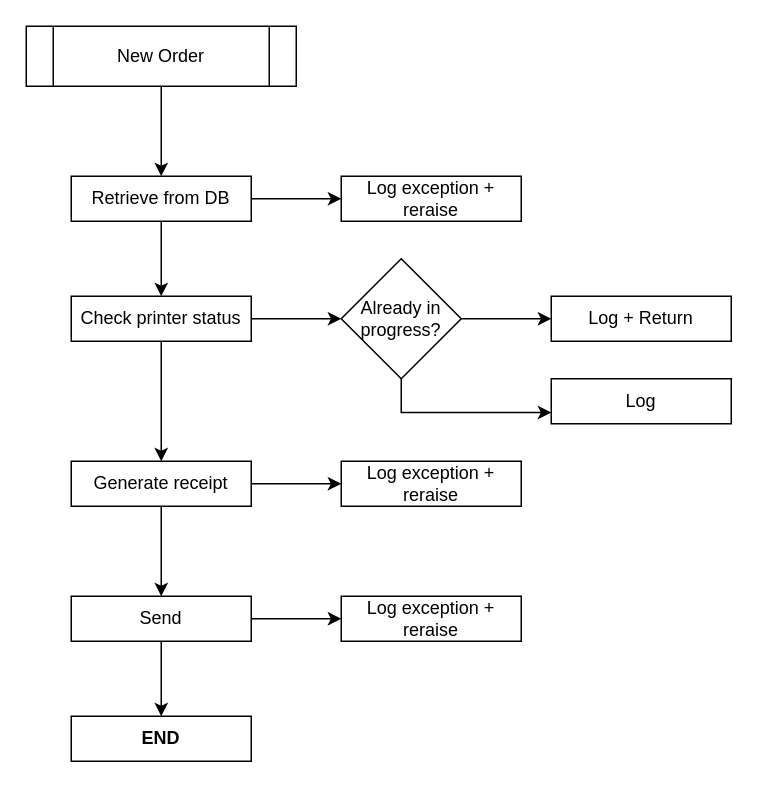
Earlier version of the draw.io diagram posts/2021/2021-05-16-python-handling-exceptions/diagrams.drawio (guilatrova/latrovacommits-articles). Source tidied: cells renumbered, new cells numbered last; positions are measured from the earlier drawing's top-left corner, leaving out a move shared by most shapes. Both pictures are drawn from the tidied source at 150%, with x=0, y=0 at pixel (26, 26).
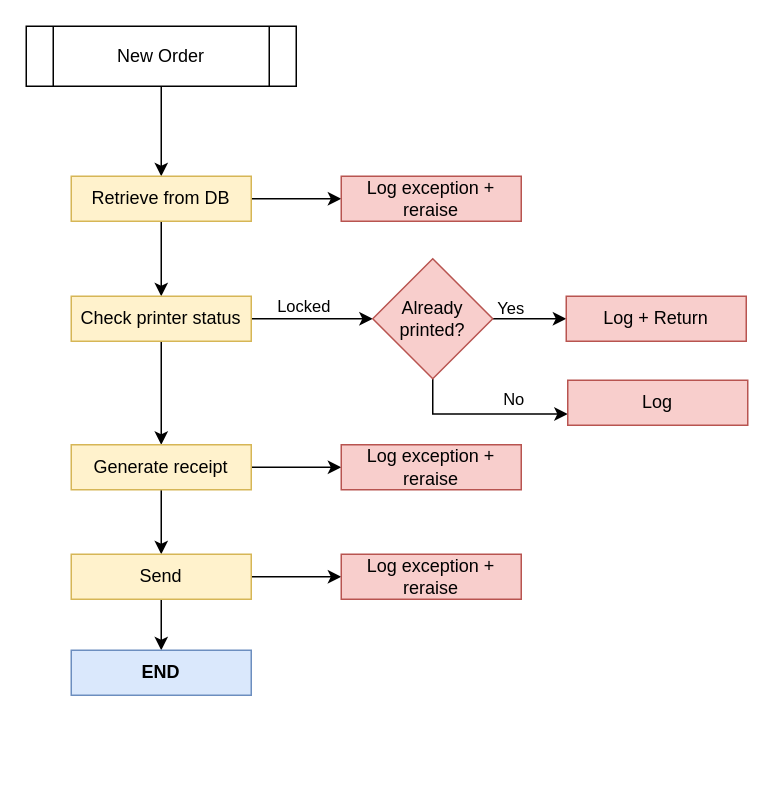
The same diagram, later.

The change refers to these unchanged cells:
```xml
<mxCell id="7" style="edgeStyle=orthogonalEdgeStyle;rounded=0;jettySize=auto;html=1;" parent="1" edge="1" source="9" target="13">
  <mxGeometry relative="1" as="geometry" />
</mxCell>
<mxCell id="11" style="edgeStyle=orthogonalEdgeStyle;rounded=0;jettySize=auto;html=1;" parent="1" edge="1" source="13" target="14">
  <mxGeometry relative="1" as="geometry" />
</mxCell>
```

What changed in the source:
```diff
@@
-    <mxCell id="6" value="Retrieve from DB" style="rounded=0;whiteSpace=wrap;html=1;" parent="1" vertex="1">
+    <mxCell id="6" value="Retrieve from DB" style="rounded=0;whiteSpace=wrap;html=1;fillColor=#fff2cc;strokeColor=#d6b656;" parent="1" vertex="1">
       <mxGeometry x="30" y="100" width="120" height="30" as="geometry" />
     </mxCell>
@@
+    <mxCell id="25" value="Locked" style="edgeLabel;html=1;align=center;verticalAlign=middle;" parent="7" vertex="1">
+      <mxGeometry x="-0.41" y="-1" relative="1" as="geometry">
+        <mxPoint x="10" y="-10" as="offset" />
+      </mxGeometry>
+    </mxCell>
@@
-    <mxCell id="9" value="Check printer status" style="rounded=0;whiteSpace=wrap;html=1;" parent="1" vertex="1">
+    <mxCell id="9" value="Check printer status" style="rounded=0;whiteSpace=wrap;html=1;fillColor=#fff2cc;strokeColor=#d6b656;" parent="1" vertex="1">
       <mxGeometry x="30" y="180" width="120" height="30" as="geometry" />
     </mxCell>
-    <mxCell id="10" value="Log exception + reraise" style="rounded=0;whiteSpace=wrap;html=1;" parent="1" vertex="1">
+    <mxCell id="10" value="Log exception + reraise" style="rounded=0;whiteSpace=wrap;html=1;fillColor=#f8cecc;strokeColor=#b85450;" parent="1" vertex="1">
       <mxGeometry x="210" y="100" width="120" height="30" as="geometry" />
     </mxCell>
@@
+    <mxCell id="26" value="Yes" style="edgeLabel;html=1;align=center;verticalAlign=middle;" parent="11" vertex="1">
+      <mxGeometry x="-0.41" y="-1" relative="1" as="geometry">
+        <mxPoint x="-3" y="-9" as="offset" />
+      </mxGeometry>
+    </mxCell>
     <mxCell id="12" style="edgeStyle=orthogonalEdgeStyle;rounded=0;jettySize=auto;html=1;entryX=0;entryY=0.75;entryDx=0;entryDy=0;" parent="1" edge="1" source="13" target="19">
       <mxGeometry relative="1" as="geometry">
         <Array as="points">
-          <mxPoint x="250" y="258" />
+          <mxPoint x="271" y="258" />
         </Array>
       </mxGeometry>
     </mxCell>
+    <mxCell id="27" value="No" style="edgeLabel;html=1;align=center;verticalAlign=middle;" parent="12" vertex="1">
+      <mxGeometry x="0.07" y="2" relative="1" as="geometry">
+        <mxPoint x="15.5" y="-8.5" as="offset" />
+      </mxGeometry>
+    </mxCell>
-    <mxCell id="13" value="Already in progress?" style="rhombus;whiteSpace=wrap;html=1;rounded=0;" parent="1" vertex="1">
-      <mxGeometry x="210" y="155" width="80" height="80" as="geometry" />
+    <mxCell id="13" value="Already printed?" style="rhombus;whiteSpace=wrap;html=1;rounded=0;fillColor=#f8cecc;strokeColor=#b85450;" parent="1" vertex="1">
+      <mxGeometry x="231" y="155" width="80" height="80" as="geometry" />
     </mxCell>
-    <mxCell id="14" value="Log + Return" style="whiteSpace=wrap;html=1;rounded=0;" parent="1" vertex="1">
-      <mxGeometry x="350" y="180" width="120" height="30" as="geometry" />
+    <mxCell id="14" value="Log + Return" style="whiteSpace=wrap;html=1;rounded=0;fillColor=#f8cecc;strokeColor=#b85450;" parent="1" vertex="1">
+      <mxGeometry x="360" y="180" width="120" height="30" as="geometry" />
     </mxCell>
@@
-    <mxCell id="17" value="Generate receipt" style="rounded=0;whiteSpace=wrap;html=1;" parent="1" vertex="1">
-      <mxGeometry x="30" y="290" width="120" height="30" as="geometry" />
+    <mxCell id="17" value="Generate receipt" style="rounded=0;whiteSpace=wrap;html=1;fillColor=#fff2cc;strokeColor=#d6b656;" parent="1" vertex="1">
+      <mxGeometry x="30" y="279" width="120" height="30" as="geometry" />
     </mxCell>
-    <mxCell id="18" value="Log exception + reraise" style="rounded=0;whiteSpace=wrap;html=1;" parent="1" vertex="1">
-      <mxGeometry x="210" y="290" width="120" height="30" as="geometry" />
+    <mxCell id="18" value="Log exception + reraise" style="rounded=0;whiteSpace=wrap;html=1;fillColor=#f8cecc;strokeColor=#b85450;" parent="1" vertex="1">
+      <mxGeometry x="210" y="279" width="120" height="30" as="geometry" />
     </mxCell>
-    <mxCell id="19" value="Log" style="whiteSpace=wrap;html=1;rounded=0;" parent="1" vertex="1">
-      <mxGeometry x="350" y="235" width="120" height="30" as="geometry" />
+    <mxCell id="19" value="Log" style="whiteSpace=wrap;html=1;rounded=0;fillColor=#f8cecc;strokeColor=#b85450;" parent="1" vertex="1">
+      <mxGeometry x="361" y="236" width="120" height="30" as="geometry" />
     </mxCell>
@@
-    <mxCell id="22" value="Send" style="rounded=0;whiteSpace=wrap;html=1;" parent="1" vertex="1">
-      <mxGeometry x="30" y="380" width="120" height="30" as="geometry" />
+    <mxCell id="22" value="Send" style="rounded=0;whiteSpace=wrap;html=1;fillColor=#fff2cc;strokeColor=#d6b656;" parent="1" vertex="1">
+      <mxGeometry x="30" y="352" width="120" height="30" as="geometry" />
     </mxCell>
-    <mxCell id="23" value="Log exception + reraise" style="rounded=0;whiteSpace=wrap;html=1;" parent="1" vertex="1">
-      <mxGeometry x="210" y="380" width="120" height="30" as="geometry" />
+    <mxCell id="23" value="Log exception + reraise" style="rounded=0;whiteSpace=wrap;html=1;fillColor=#f8cecc;strokeColor=#b85450;" parent="1" vertex="1">
+      <mxGeometry x="210" y="352" width="120" height="30" as="geometry" />
     </mxCell>
-    <mxCell id="24" value="&lt;b&gt;END&lt;/b&gt;" style="rounded=0;whiteSpace=wrap;html=1;" parent="1" vertex="1">
-      <mxGeometry x="30" y="460" width="120" height="30" as="geometry" />
+    <mxCell id="24" value="&lt;b&gt;END&lt;/b&gt;" style="rounded=0;whiteSpace=wrap;html=1;fillColor=#dae8fc;strokeColor=#6c8ebf;" parent="1" vertex="1">
+      <mxGeometry x="30" y="416" width="120" height="30" as="geometry" />
     </mxCell>
```
